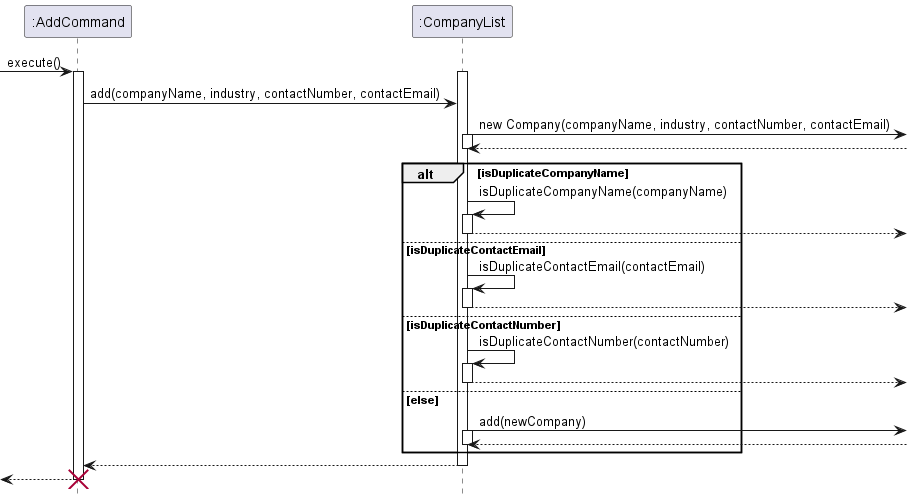
Above: docs/UML/Image/Duplication_checker.png in nus-cs2113-AY2223S2/tp (PlantUML), before the change.
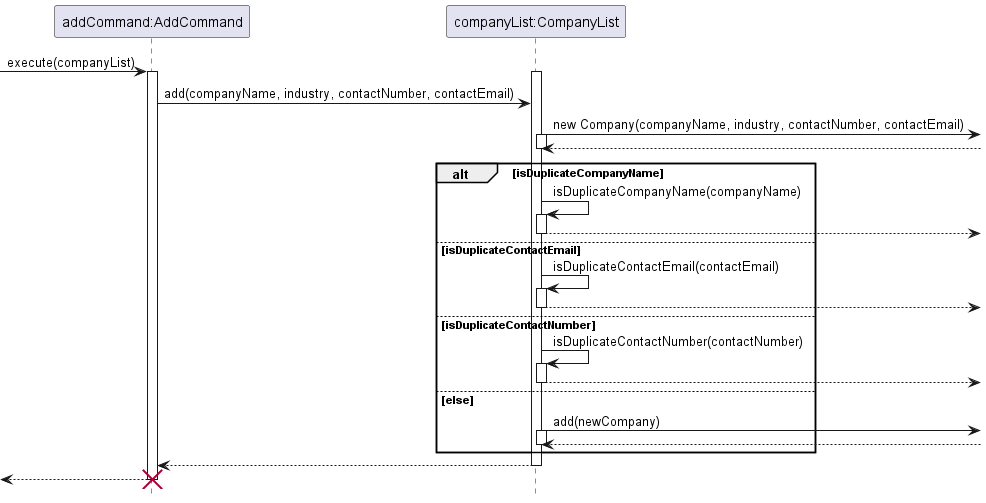
Above is the later version.

Commit message:
Update names of objects

What changed in the source:
```diff
@@ -2,46 +2,46 @@
 
 hide footbox
 
--> ":AddCommand" : execute()
+-> "addCommand:AddCommand" : execute(companyList)
 
-activate ":AddCommand"
+activate "addCommand:AddCommand"
 
-    activate ":CompanyList"
-    ":AddCommand" -> ":CompanyList" : add(companyName, industry, contactNumber, contactEmail)
-    ":CompanyList" -> : new Company(companyName, industry, contactNumber, contactEmail)
-                 activate ":CompanyList"
-                 ":CompanyList" <-- :
-                 deactivate ":CompanyList"
+    activate "companyList:CompanyList"
+    "addCommand:AddCommand" -> "companyList:CompanyList" : add(companyName, industry, contactNumber, contactEmail)
+    "companyList:CompanyList" -> : new Company(companyName, industry, contactNumber, contactEmail)
+                 activate "companyList:CompanyList"
+                 "companyList:CompanyList" <-- :
+                 deactivate "companyList:CompanyList"
     alt isDuplicateCompanyName
-            ":CompanyList" -> ":CompanyList" : isDuplicateCompanyName(companyName)
-            activate ":CompanyList"
-                ":CompanyList" -->
-            deactivate ":CompanyList"
+            "companyList:CompanyList" -> "companyList:CompanyList" : isDuplicateCompanyName(companyName)
+            activate "companyList:CompanyList"
+                "companyList:CompanyList" -->
+            deactivate "companyList:CompanyList"
 
     else isDuplicateContactEmail
-            ":CompanyList" -> ":CompanyList" : isDuplicateContactEmail(contactEmail)
-            activate ":CompanyList"
-                ":CompanyList" -->
-            deactivate ":CompanyList"
+            "companyList:CompanyList" -> "companyList:CompanyList" : isDuplicateContactEmail(contactEmail)
+            activate "companyList:CompanyList"
+                "companyList:CompanyList" -->
+            deactivate "companyList:CompanyList"
 
     else isDuplicateContactNumber
-            ":CompanyList" -> ":CompanyList" : isDuplicateContactNumber(contactNumber)
-            activate ":CompanyList"
-                ":CompanyList" -->
-            deactivate ":CompanyList"
+            "companyList:CompanyList" -> "companyList:CompanyList" : isDuplicateContactNumber(contactNumber)
+            activate "companyList:CompanyList"
+                "companyList:CompanyList" -->
+            deactivate "companyList:CompanyList"
 
     else else
-        ":CompanyList" -> : add(newCompany)
-         activate ":CompanyList"
-         ":CompanyList" <-- :
-         deactivate ":CompanyList"
+        "companyList:CompanyList" -> : add(newCompany)
+         activate "companyList:CompanyList"
+         "companyList:CompanyList" <-- :
+         deactivate "companyList:CompanyList"
     end
-    ":CompanyList" --> ":AddCommand"
-    deactivate ":CompanyList"
+    "companyList:CompanyList" --> "addCommand:AddCommand"
+    deactivate "companyList:CompanyList"
 
-<-- ":AddCommand" :
+<-- "addCommand:AddCommand" :
 
-destroy ":AddCommand"
+destroy "addCommand:AddCommand"
 
 
 
```
